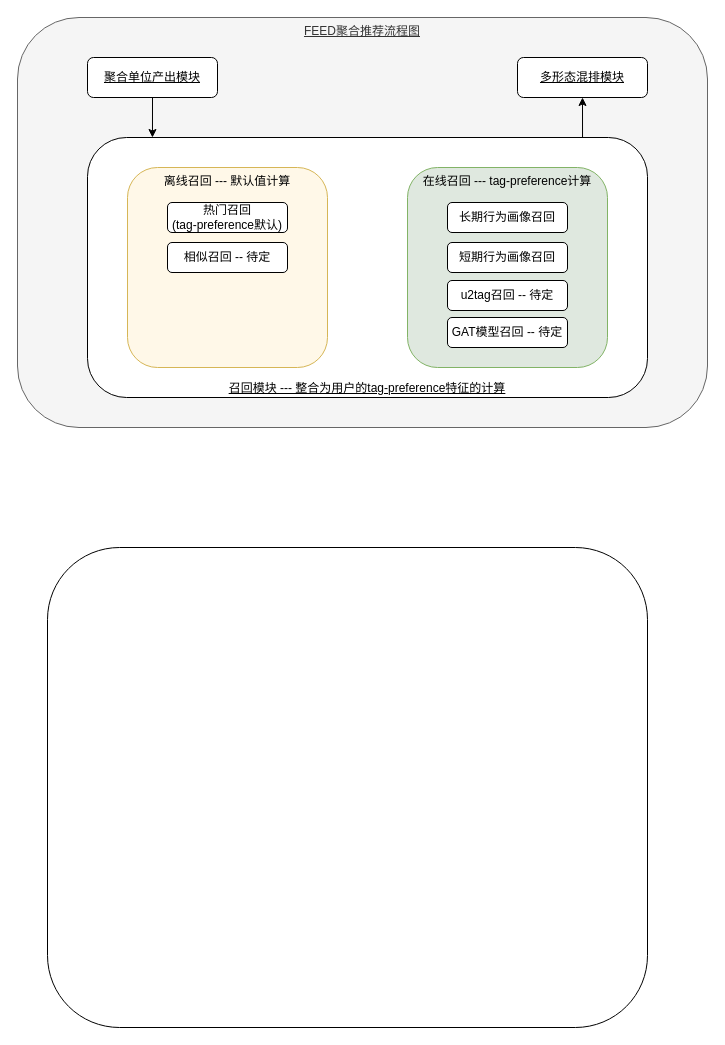
This is juhetj_zh.drawio from ChenPengyao/drawio, a draw.io file, before an edit. Source tidied: cells renumbered, new cells numbered last; positions are measured from the earlier drawing's top-left corner, leaving out a move shared by most shapes. Both pictures are drawn from the tidied source at 100%, with x=0, y=0 at pixel (17, 17).
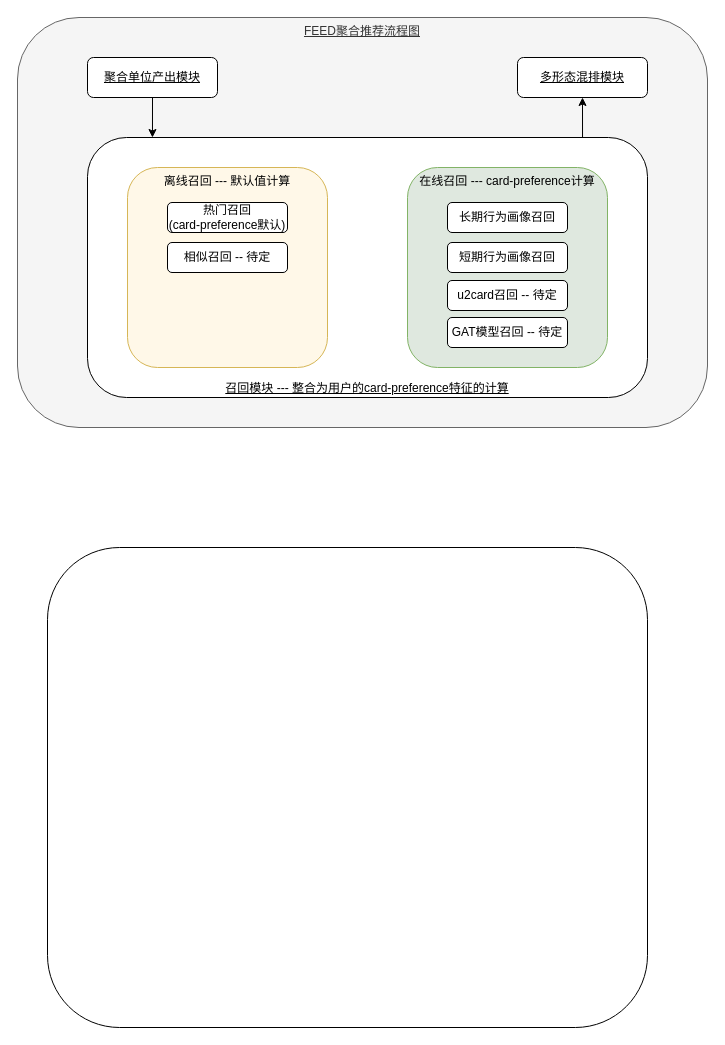
Above is the later version.

Diff of the diagram source:
```diff
@@
 <mxGraphModel>
   <root>
     <mxCell id="0" />
     <mxCell id="1" parent="0" />
     <mxCell id="2" value="FEED聚合推荐流程图" style="rounded=1;whiteSpace=wrap;html=1;verticalAlign=top;fontStyle=4;fillColor=#f5f5f5;strokeColor=#666666;fontColor=#333333;" parent="1" vertex="1">
       <mxGeometry width="690" height="410" as="geometry" />
     </mxCell>
     <mxCell id="3" style="edgeStyle=orthogonalEdgeStyle;rounded=0;jettySize=auto;html=1;exitX=0.5;exitY=1;exitDx=0;exitDy=0;entryX=0.116;entryY=0;entryDx=0;entryDy=0;entryPerimeter=0;" parent="1" edge="1" source="4" target="7">
       <mxGeometry relative="1" as="geometry" />
     </mxCell>
     <mxCell id="4" value="聚合单位产出模块" style="rounded=1;whiteSpace=wrap;html=1;verticalAlign=middle;fontStyle=4;" parent="1" vertex="1">
       <mxGeometry x="70" y="40" width="130" height="40" as="geometry" />
     </mxCell>
     <mxCell id="5" value="多形态混排模块" style="rounded=1;whiteSpace=wrap;html=1;verticalAlign=middle;fontStyle=4;" parent="1" vertex="1">
       <mxGeometry x="500" y="40" width="130" height="40" as="geometry" />
     </mxCell>
     <mxCell id="6" style="edgeStyle=orthogonalEdgeStyle;rounded=0;jettySize=auto;html=1;entryX=0.5;entryY=1;entryDx=0;entryDy=0;exitX=0.884;exitY=0.003;exitDx=0;exitDy=0;exitPerimeter=0;" parent="1" edge="1" source="7" target="5">
       <mxGeometry relative="1" as="geometry" />
     </mxCell>
-    <mxCell id="7" value="召回模块 --- 整合为用户的tag-preference特征的计算" style="rounded=1;whiteSpace=wrap;html=1;verticalAlign=bottom;fontStyle=4;" parent="1" vertex="1">
+    <mxCell id="7" value="召回模块 --- 整合为用户的card-preference特征的计算" style="rounded=1;whiteSpace=wrap;html=1;verticalAlign=bottom;fontStyle=4;" parent="1" vertex="1">
       <mxGeometry x="70" y="120" width="560" height="260" as="geometry" />
     </mxCell>
     <mxCell id="8" value="离线召回 --- 默认值计算" style="rounded=1;whiteSpace=wrap;html=1;verticalAlign=top;strokeColor=#d6b656;fillColor=#FFF8E8;" parent="1" vertex="1">
       <mxGeometry x="110" y="150" width="200" height="200" as="geometry" />
     </mxCell>
-    <mxCell id="9" value="在线召回 --- tag-preference计算" style="rounded=1;whiteSpace=wrap;html=1;verticalAlign=top;strokeColor=#82b366;fillColor=#DFE8DF;" parent="1" vertex="1">
+    <mxCell id="9" value="在线召回 --- card-preference计算" style="rounded=1;whiteSpace=wrap;html=1;verticalAlign=top;strokeColor=#82b366;fillColor=#DFE8DF;" parent="1" vertex="1">
       <mxGeometry x="390" y="150" width="200" height="200" as="geometry" />
     </mxCell>
-    <mxCell id="10" value="热门召回&lt;br&gt;(tag-preference默认)" style="rounded=1;whiteSpace=wrap;html=1;" parent="1" vertex="1">
+    <mxCell id="10" value="热门召回&lt;br&gt;(card-preference默认)" style="rounded=1;whiteSpace=wrap;html=1;" parent="1" vertex="1">
       <mxGeometry x="150" y="185" width="120" height="30" as="geometry" />
     </mxCell>
     <mxCell id="11" value="相似召回 -- 待定" style="rounded=1;whiteSpace=wrap;html=1;" parent="1" vertex="1">
       <mxGeometry x="150" y="225" width="120" height="30" as="geometry" />
     </mxCell>
     <mxCell id="12" value="长期行为画像召回" style="rounded=1;whiteSpace=wrap;html=1;" parent="1" vertex="1">
       <mxGeometry x="430" y="185" width="120" height="30" as="geometry" />
     </mxCell>
     <mxCell id="13" value="短期行为画像召回" style="rounded=1;whiteSpace=wrap;html=1;" parent="1" vertex="1">
       <mxGeometry x="430" y="225" width="120" height="30" as="geometry" />
     </mxCell>
-    <mxCell id="14" value="u2tag召回 -- 待定" style="rounded=1;whiteSpace=wrap;html=1;" parent="1" vertex="1">
+    <mxCell id="14" value="u2card召回 -- 待定" style="rounded=1;whiteSpace=wrap;html=1;" parent="1" vertex="1">
       <mxGeometry x="430" y="263" width="120" height="30" as="geometry" />
     </mxCell>
     <mxCell id="15" value="GAT模型召回 -- 待定" style="rounded=1;whiteSpace=wrap;html=1;" parent="1" vertex="1">
       <mxGeometry x="430" y="300" width="120" height="30" as="geometry" />
     </mxCell>
     <mxCell id="16" style="rounded=1;whiteSpace=wrap;html=1;" parent="1" vertex="1">
       <mxGeometry x="30" y="530" width="600" height="480" as="geometry" />
     </mxCell>
   </root>
 </mxGraphModel>
```
